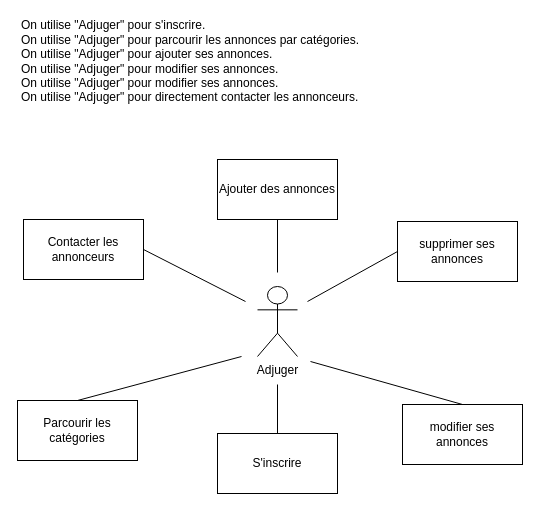
Earlier version of the draw.io diagram Analyse/Use-case.drawio (Cyprien-png/Adjuger). Source tidied: cells renumbered, new cells numbered last; positions are measured from the earlier drawing's top-left corner, leaving out a move shared by most shapes. Both pictures are drawn from the tidied source at 100%, with x=0, y=0 at pixel (17, 17).
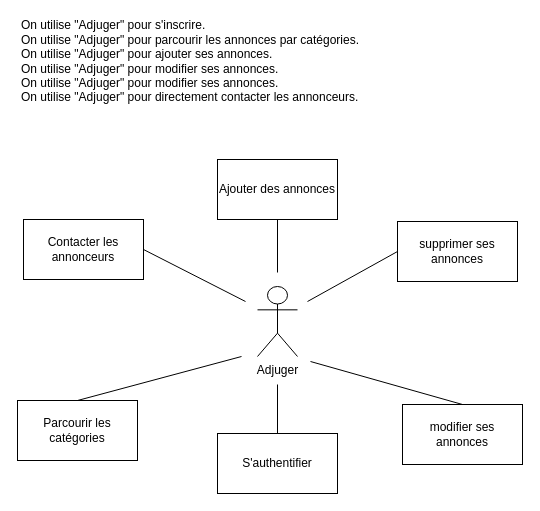
The same diagram, later.

What changed in the source:
```diff
@@
 <mxGraphModel>
   <root>
     <mxCell id="0" />
     <mxCell id="1" parent="0" />
-    <mxCell id="2" value="S'inscrire" style="rounded=0;whiteSpace=wrap;html=1;" parent="1" vertex="1">
+    <mxCell id="2" value="S'authentifier" style="rounded=0;whiteSpace=wrap;html=1;" parent="1" vertex="1">
       <mxGeometry x="200" y="416" width="120" height="60" as="geometry" />
     </mxCell>
     <mxCell id="3" value="Ajouter des annonces" style="rounded=0;whiteSpace=wrap;html=1;" parent="1" vertex="1">
       <mxGeometry x="200" y="142" width="120" height="60" as="geometry" />
     </mxCell>
     <mxCell id="4" value="Parcourir les catégories" style="rounded=0;whiteSpace=wrap;html=1;" parent="1" vertex="1">
       <mxGeometry y="383" width="120" height="60" as="geometry" />
     </mxCell>
     <mxCell id="5" value="Contacter les annonceurs" style="rounded=0;whiteSpace=wrap;html=1;" parent="1" vertex="1">
       <mxGeometry x="6" y="202" width="120" height="60" as="geometry" />
     </mxCell>
     <mxCell id="6" style="endArrow=none;html=1;exitX=1;exitY=0.5;exitDx=0;exitDy=0;" parent="1" edge="1" source="5">
       <mxGeometry relative="1" as="geometry">
         <mxPoint x="228" y="284" as="targetPoint" />
       </mxGeometry>
     </mxCell>
     <mxCell id="7" style="endArrow=none;html=1;entryX=0.5;entryY=1;entryDx=0;entryDy=0;" parent="1" edge="1" target="3">
       <mxGeometry relative="1" as="geometry">
         <mxPoint x="260" y="255" as="sourcePoint" />
       </mxGeometry>
     </mxCell>
     <mxCell id="8" style="endArrow=none;html=1;entryX=0.5;entryY=0;entryDx=0;entryDy=0;" parent="1" edge="1" target="2">
       <mxGeometry relative="1" as="geometry">
         <mxPoint x="260" y="367" as="sourcePoint" />
       </mxGeometry>
     </mxCell>
     <mxCell id="9" style="endArrow=none;html=1;exitX=0.5;exitY=0;exitDx=0;exitDy=0;" parent="1" edge="1" source="4">
       <mxGeometry relative="1" as="geometry">
         <mxPoint x="224" y="339" as="targetPoint" />
       </mxGeometry>
     </mxCell>
     <mxCell id="10" value="On utilise &quot;Adjuger&quot; pour s'inscrire.&lt;br&gt;On utilise &quot;Adjuger&quot; pour parcourir les annonces par catégories.&lt;br&gt;On utilise &quot;Adjuger&quot; pour ajouter ses annonces.&lt;br&gt;On utilise &quot;Adjuger&quot; pour modifier ses annonces.&lt;br&gt;On utilise &quot;Adjuger&quot; pour modifier ses annonces.&lt;br&gt;On utilise &quot;Adjuger&quot; pour directement contacter les annonceurs.&lt;br&gt;" style="text;html=1;align=left;verticalAlign=middle;" parent="1" vertex="1">
       <mxGeometry x="2" width="348" height="88" as="geometry" />
     </mxCell>
     <mxCell id="11" value="&lt;span&gt;modifier ses annonces&lt;/span&gt;" style="rounded=0;whiteSpace=wrap;html=1;" parent="1" vertex="1">
       <mxGeometry x="385" y="387" width="120" height="60" as="geometry" />
     </mxCell>
     <mxCell id="12" value="&lt;span&gt;supprimer ses annonces&lt;/span&gt;" style="rounded=0;whiteSpace=wrap;html=1;" parent="1" vertex="1">
       <mxGeometry x="380" y="204" width="120" height="60" as="geometry" />
     </mxCell>
     <mxCell id="13" value="Adjuger" style="shape=umlActor;verticalLabelPosition=bottom;verticalAlign=top;html=1;" parent="1" vertex="1">
       <mxGeometry x="240" y="269" width="40" height="70" as="geometry" />
     </mxCell>
     <mxCell id="14" style="endArrow=none;html=1;entryX=0.5;entryY=0;entryDx=0;entryDy=0;" parent="1" edge="1" target="11">
       <mxGeometry relative="1" as="geometry">
         <mxPoint x="293" y="344" as="sourcePoint" />
       </mxGeometry>
     </mxCell>
     <mxCell id="15" style="endArrow=none;html=1;entryX=0;entryY=0.5;entryDx=0;entryDy=0;" parent="1" edge="1" target="12">
       <mxGeometry relative="1" as="geometry">
         <mxPoint x="290" y="284" as="sourcePoint" />
       </mxGeometry>
     </mxCell>
   </root>
 </mxGraphModel>
```
